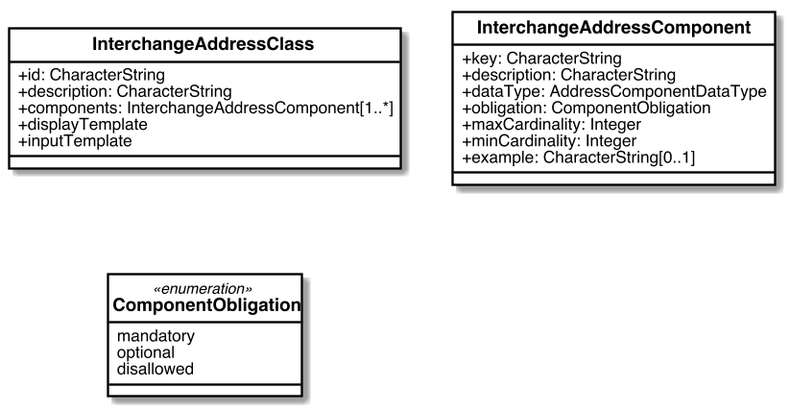
Earlier version of the PlantUML export images/AddressClass.png (CalConnect/csd-digital-addresses).
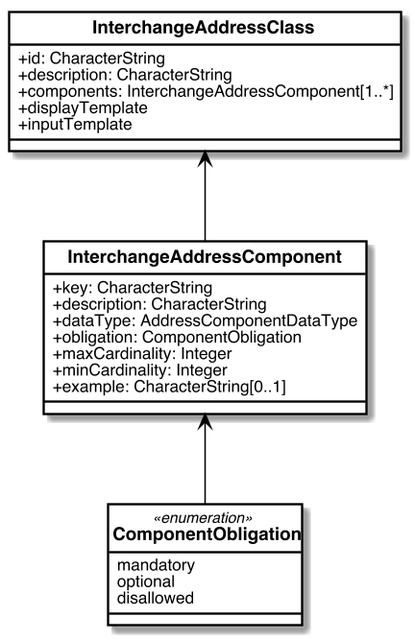
Later version of the same file.

Diff of the diagram source:
```diff
@@ -65,5 +65,7 @@
 }
 
 
+InterchangeAddressComponent -up-> InterchangeAddressClass
+ComponentObligation -up-> InterchangeAddressComponent
 
 @enduml
```
